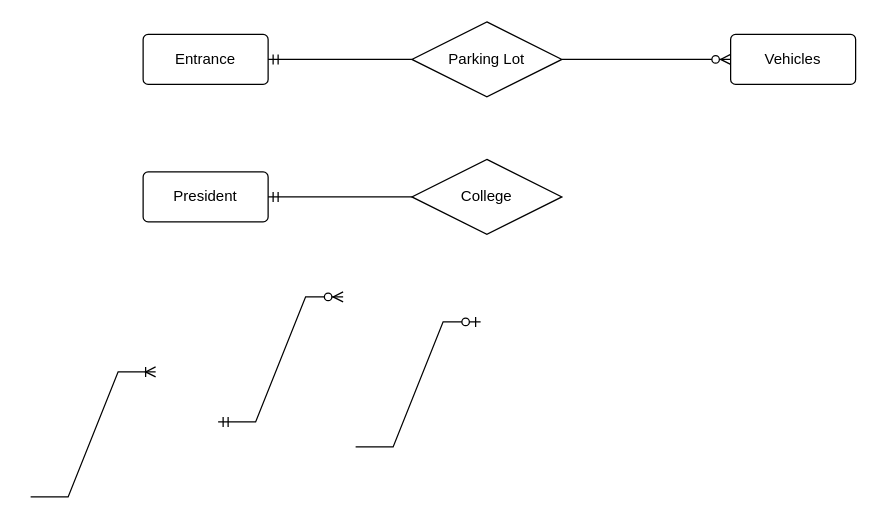
ObeeeWon/Diagrams keeps this draw.io diagram as NSCC/Lab 8 Data Design.drawio. Above is the earlier version. Source tidied: cells renumbered, new cells numbered last; positions are measured from the earlier drawing's top-left corner, leaving out a move shared by most shapes. Both pictures are drawn from the tidied source at 125%, with x=0, y=0 at pixel (30, 21).
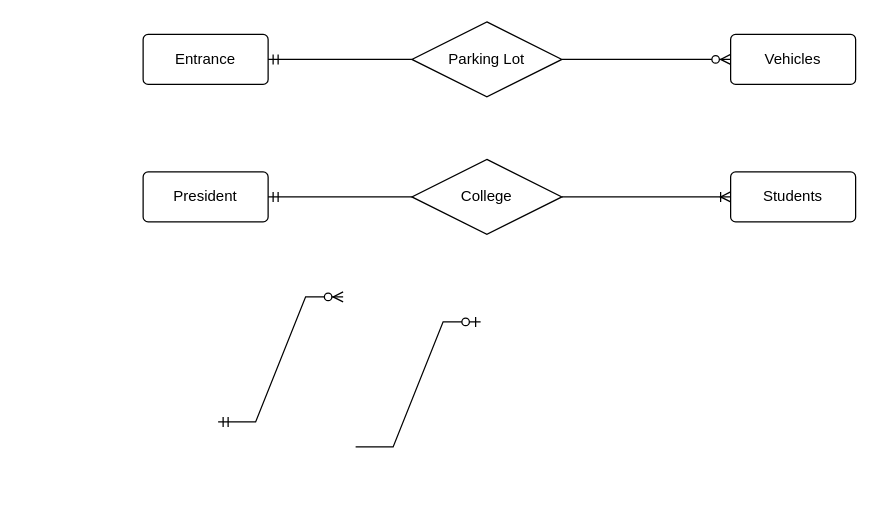
Above is the later version.

What changed in the source:
```diff
@@
 <mxGraphModel>
   <root>
     <mxCell id="0" />
     <mxCell id="1" parent="0" />
     <mxCell id="2" style="edgeStyle=entityRelationEdgeStyle;fontSize=12;html=1;endArrow=ERzeroToMany;startArrow=ERmandOne;rounded=0;" parent="1" edge="1">
       <mxGeometry relative="1" as="geometry">
         <mxPoint x="150" y="320" as="sourcePoint" />
         <mxPoint x="250" y="220" as="targetPoint" />
       </mxGeometry>
     </mxCell>
     <mxCell id="3" value="Parking Lot" style="shape=rhombus;perimeter=rhombusPerimeter;whiteSpace=wrap;html=1;align=center;" parent="1" vertex="1">
       <mxGeometry x="305" width="120" height="60" as="geometry" />
     </mxCell>
     <mxCell id="4" value="Entrance" style="rounded=1;arcSize=10;whiteSpace=wrap;html=1;align=center;" parent="1" vertex="1">
       <mxGeometry x="90" y="10" width="100" height="40" as="geometry" />
     </mxCell>
-    <mxCell id="5" style="edgeStyle=entityRelationEdgeStyle;fontSize=12;html=1;endArrow=ERoneToMany;rounded=0;" parent="1" edge="1">
-      <mxGeometry relative="1" as="geometry">
-        <mxPoint y="380" as="sourcePoint" />
-        <mxPoint x="100" y="280" as="targetPoint" />
-      </mxGeometry>
+    <mxCell id="5" style="edgeStyle=entityRelationEdgeStyle;fontSize=12;html=1;endArrow=ERoneToMany;rounded=0;entryX=0;entryY=0.5;entryDx=0;entryDy=0;exitX=1;exitY=0.5;exitDx=0;exitDy=0;" parent="1" edge="1" source="10" target="13">
+      <mxGeometry relative="1" as="geometry" />
     </mxCell>
     <mxCell id="6" style="edgeStyle=entityRelationEdgeStyle;fontSize=12;html=1;endArrow=ERmandOne;rounded=0;exitX=0;exitY=0.5;exitDx=0;exitDy=0;entryX=1;entryY=0.5;entryDx=0;entryDy=0;" parent="1" edge="1" source="3" target="4">
       <mxGeometry relative="1" as="geometry" />
     </mxCell>
     <mxCell id="7" style="edgeStyle=entityRelationEdgeStyle;fontSize=12;html=1;endArrow=ERzeroToOne;endFill=1;rounded=0;" parent="1" edge="1">
       <mxGeometry relative="1" as="geometry">
         <mxPoint x="260" y="340" as="sourcePoint" />
         <mxPoint x="360" y="240" as="targetPoint" />
       </mxGeometry>
     </mxCell>
     <mxCell id="8" style="edgeStyle=entityRelationEdgeStyle;fontSize=12;html=1;endArrow=ERzeroToMany;endFill=1;rounded=0;entryX=0;entryY=0.5;entryDx=0;entryDy=0;exitX=1;exitY=0.5;exitDx=0;exitDy=0;" parent="1" edge="1" source="3" target="9">
       <mxGeometry relative="1" as="geometry" />
     </mxCell>
     <mxCell id="9" value="Vehicles" style="rounded=1;arcSize=10;whiteSpace=wrap;html=1;align=center;" parent="1" vertex="1">
       <mxGeometry x="560" y="10" width="100" height="40" as="geometry" />
     </mxCell>
     <mxCell id="10" value="College" style="shape=rhombus;perimeter=rhombusPerimeter;whiteSpace=wrap;html=1;align=center;" parent="1" vertex="1">
       <mxGeometry x="305" y="110" width="120" height="60" as="geometry" />
     </mxCell>
     <mxCell id="11" value="President" style="rounded=1;arcSize=10;whiteSpace=wrap;html=1;align=center;" parent="1" vertex="1">
       <mxGeometry x="90" y="120" width="100" height="40" as="geometry" />
     </mxCell>
     <mxCell id="12" style="edgeStyle=entityRelationEdgeStyle;fontSize=12;html=1;endArrow=ERmandOne;rounded=0;entryX=1;entryY=0.5;entryDx=0;entryDy=0;exitX=0;exitY=0.5;exitDx=0;exitDy=0;" parent="1" edge="1" source="10" target="11">
       <mxGeometry relative="1" as="geometry">
         <Array as="points">
           <mxPoint x="190" y="140" />
         </Array>
       </mxGeometry>
     </mxCell>
+    <mxCell id="13" value="Students" style="rounded=1;arcSize=10;whiteSpace=wrap;html=1;align=center;" parent="1" vertex="1">
+      <mxGeometry x="560" y="120" width="100" height="40" as="geometry" />
+    </mxCell>
   </root>
 </mxGraphModel>
```
